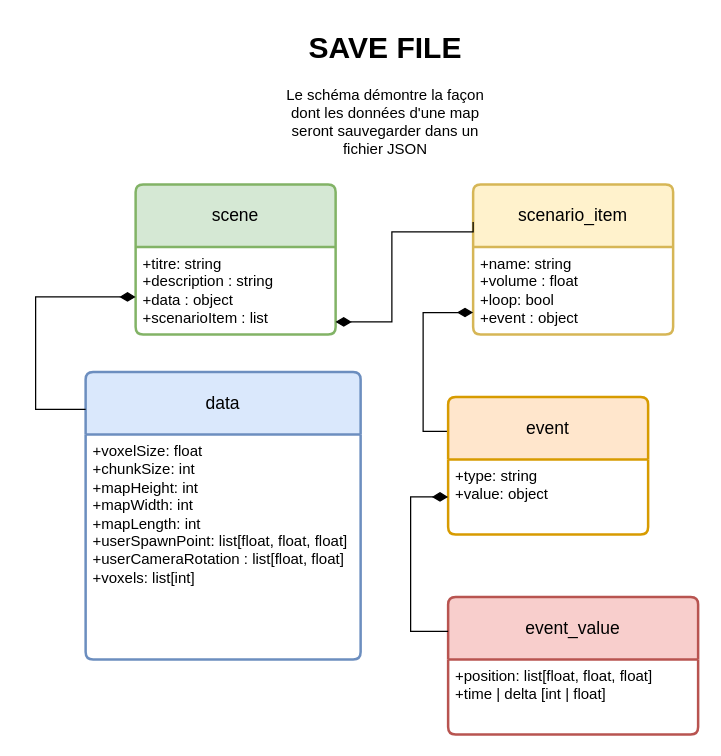
Earlier version of the draw.io diagram doc/UML/draw_format/ModeleMap.drawio (Cemecla/Acoustic-Tracing). Source tidied: cells renumbered, new cells numbered last; positions are measured from the earlier drawing's top-left corner, leaving out a move shared by most shapes. Both pictures are drawn from the tidied source at 125%, with x=0, y=0 at pixel (35, 21).
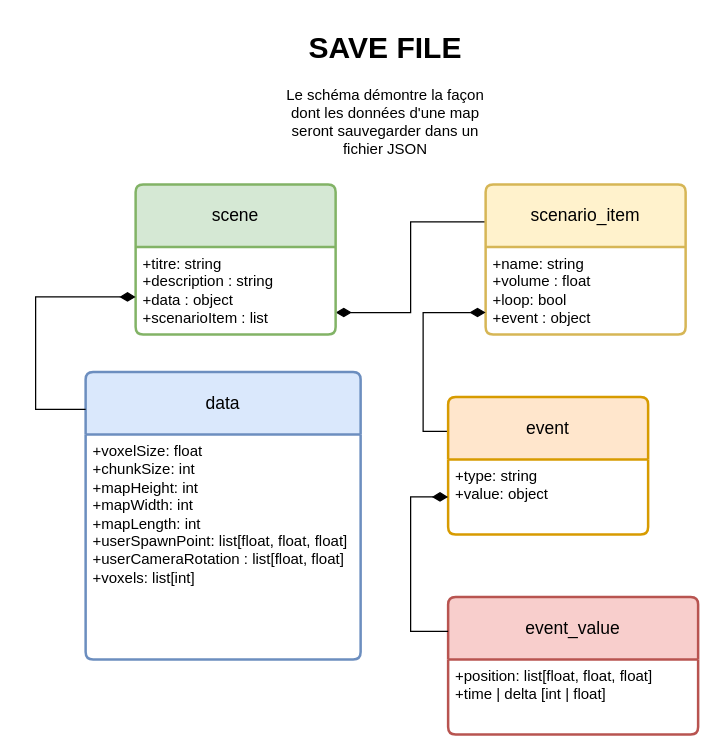
After the change.

Unchanged cells that the change refers to:
```xml
<mxCell id="12" value="+titre: string&lt;div&gt;+description : string&lt;br&gt;+data : object&lt;/div&gt;&lt;div&gt;+scenarioItem : list&lt;/div&gt;" style="align=left;strokeColor=none;fillColor=none;spacingLeft=4;spacingRight=4;fontSize=12;verticalAlign=top;html=1;whiteSpace=wrap;" parent="11" vertex="1">
  <mxGeometry y="50" width="160" height="70" as="geometry" />
</mxCell>
```

Diff of the diagram source:
```diff
@@
+    <mxCell id="17" style="edgeStyle=orthogonalEdgeStyle;rounded=0;jettySize=auto;html=1;exitX=0;exitY=0.25;exitDx=0;exitDy=0;entryX=1;entryY=0.75;entryDx=0;entryDy=0;endArrow=diamondThin;endFill=1;endSize=10;startSize=10;" parent="1" edge="1" source="4" target="12">
+      <mxGeometry relative="1" as="geometry" />
+    </mxCell>
     <mxCell id="4" value="scenario_item" style="swimlane;horizontal=1;startSize=50;rounded=1;fontSize=14;fontStyle=0;strokeWidth=2;shadow=0;dashed=0;align=center;arcSize=4;whiteSpace=wrap;html=1;fillColor=#fff2cc;strokeColor=#d6b656;" parent="1" vertex="1">
-      <mxGeometry x="350" y="130" width="160" height="120" as="geometry" />
+      <mxGeometry x="360" y="130" width="160" height="120" as="geometry" />
     </mxCell>
@@
-    <mxCell id="14" style="edgeStyle=orthogonalEdgeStyle;rounded=0;jettySize=auto;html=1;entryX=0;entryY=0.25;entryDx=0;entryDy=0;startArrow=diamondThin;startFill=1;endArrow=none;startSize=10;" parent="1" edge="1" target="4">
-      <mxGeometry relative="1" as="geometry">
-        <mxPoint x="240" y="240" as="sourcePoint" />
-        <Array as="points">
-          <mxPoint x="240" y="240" />
-          <mxPoint x="285" y="240" />
-          <mxPoint x="285" y="168" />
-        </Array>
-      </mxGeometry>
-    </mxCell>
```
